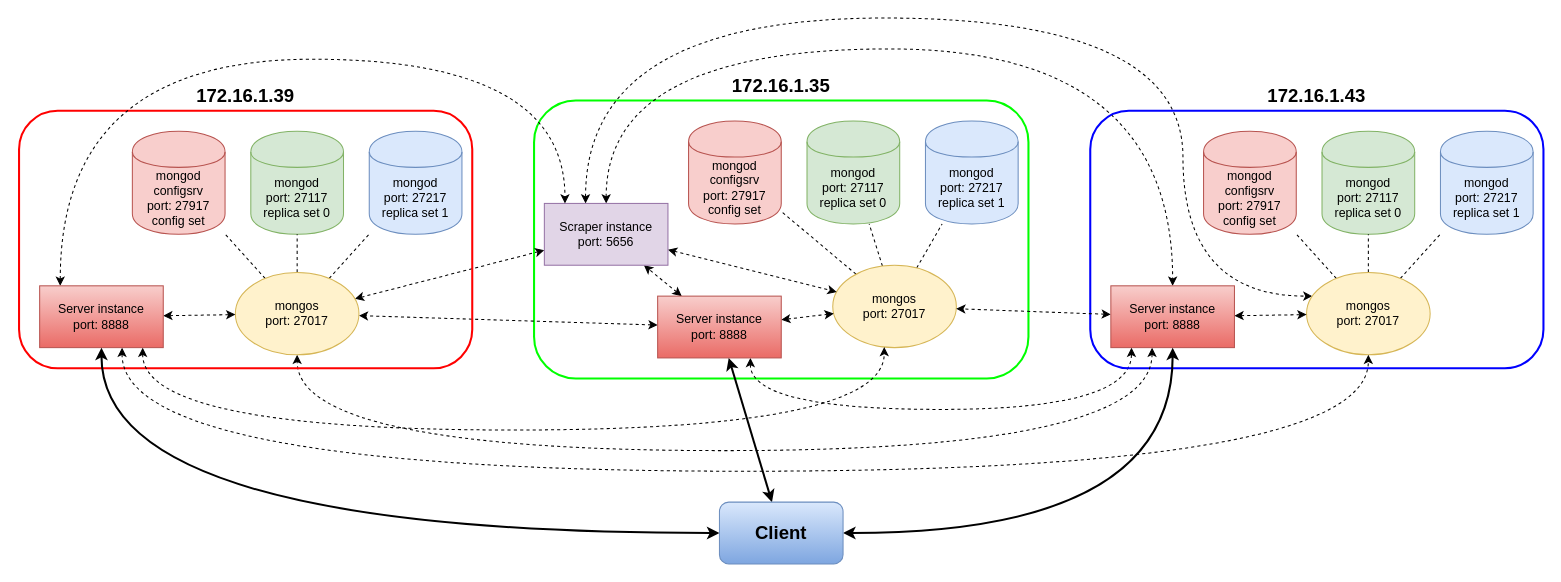
The draw.io diagram drawio/setup.drawio in nferrante1/lsmsd2, before the edit. Source tidied: cells renumbered, new cells numbered last; positions are measured from the earlier drawing's top-left corner, leaving out a move shared by most shapes. Both pictures are drawn from the tidied source at 103%, with x=0, y=0 at pixel (19, 18).
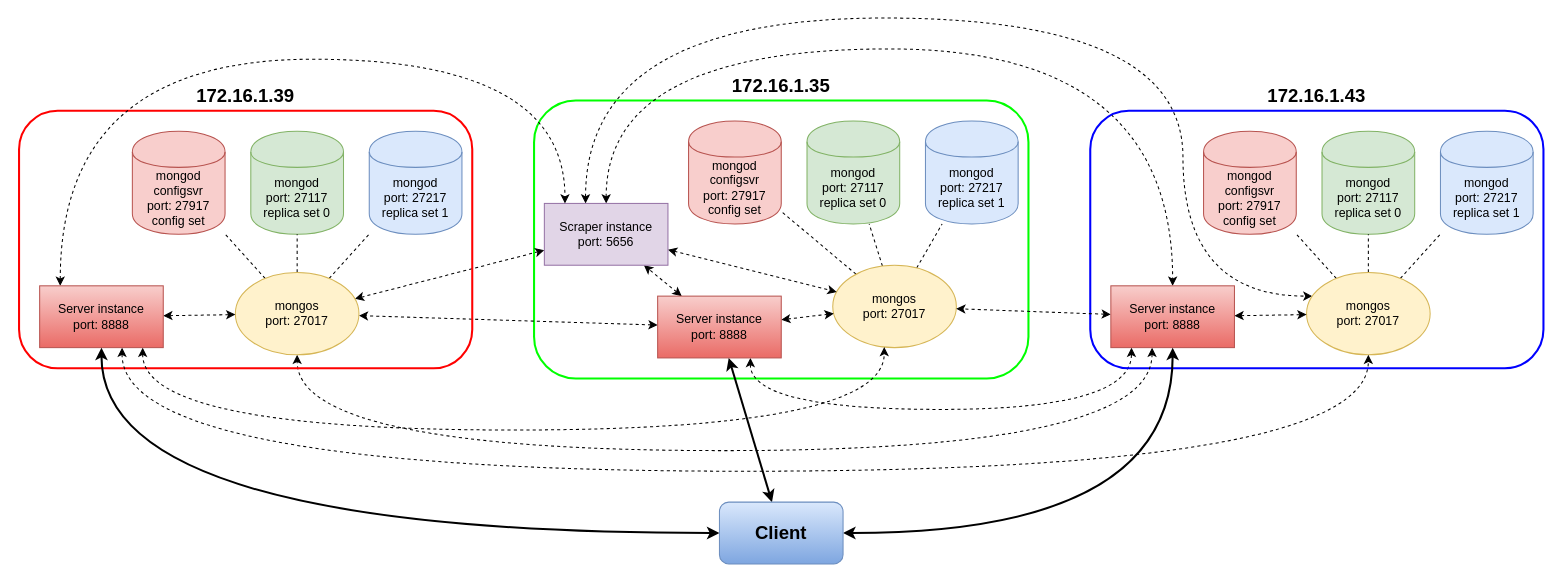
The same diagram, later.

Commit message:
s/configsrv/configsvr

The edit, as a diff of the source:
```diff
@@
-    <mxCell id="5" value="mongod&lt;br&gt;configsrv&lt;br&gt;port: 27917&lt;br&gt;config set" style="shape=cylinder;whiteSpace=wrap;html=1;boundedLbl=1;backgroundOutline=1;fillColor=#f8cecc;strokeColor=#b85450;" parent="1" vertex="1">
+    <mxCell id="5" value="mongod&lt;br&gt;configsvr&lt;br&gt;port: 27917&lt;br&gt;config set" style="shape=cylinder;whiteSpace=wrap;html=1;boundedLbl=1;backgroundOutline=1;fillColor=#f8cecc;strokeColor=#b85450;" parent="1" vertex="1">
       <mxGeometry x="650" y="100" width="90" height="100" as="geometry" />
     </mxCell>
@@
-    <mxCell id="23" value="mongod&lt;br&gt;configsrv&lt;br&gt;port: 27917&lt;br&gt;config set" style="shape=cylinder;whiteSpace=wrap;html=1;boundedLbl=1;backgroundOutline=1;fillColor=#f8cecc;strokeColor=#b85450;" parent="1" vertex="1">
+    <mxCell id="23" value="mongod&lt;br&gt;configsvr&lt;br&gt;port: 27917&lt;br&gt;config set" style="shape=cylinder;whiteSpace=wrap;html=1;boundedLbl=1;backgroundOutline=1;fillColor=#f8cecc;strokeColor=#b85450;" parent="1" vertex="1">
       <mxGeometry x="1150" y="110" width="90" height="100" as="geometry" />
     </mxCell>
@@
-    <mxCell id="35" value="mongod&lt;br&gt;configsrv&lt;br&gt;port: 27917&lt;br&gt;config set" style="shape=cylinder;whiteSpace=wrap;html=1;boundedLbl=1;backgroundOutline=1;fillColor=#f8cecc;strokeColor=#b85450;" parent="1" vertex="1">
+    <mxCell id="35" value="mongod&lt;br&gt;configsvr&lt;br&gt;port: 27917&lt;br&gt;config set" style="shape=cylinder;whiteSpace=wrap;html=1;boundedLbl=1;backgroundOutline=1;fillColor=#f8cecc;strokeColor=#b85450;" parent="1" vertex="1">
       <mxGeometry x="110" y="110" width="90" height="100" as="geometry" />
     </mxCell>
```
